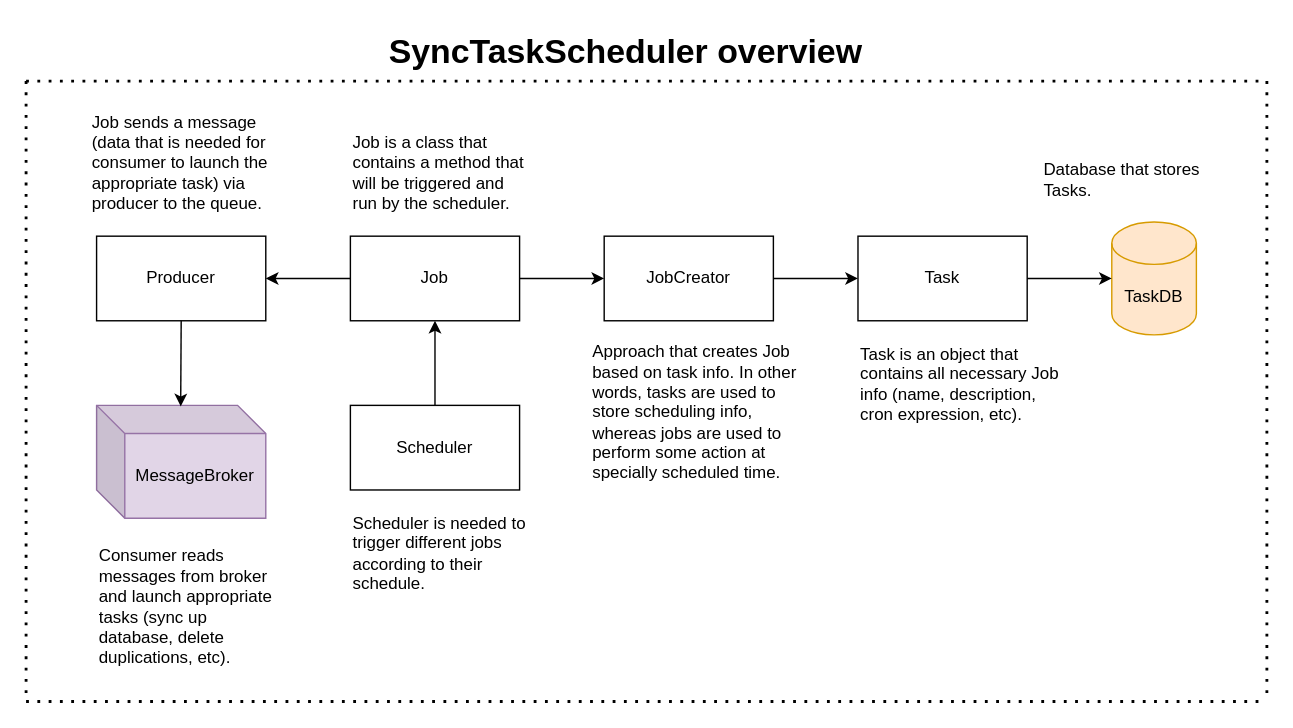
Earlier version of the draw.io diagram page "SyncTaskScheduler overview" (4 of 6) of documentation/schemes/project-schemes.drawio (Peachex/event-radar). Source tidied: cells renumbered, new cells numbered last; positions are measured from the earlier drawing's top-left corner, leaving out a move shared by most shapes. Both pictures are drawn from the tidied source at 141%, with x=0, y=0 at pixel (25, 24).
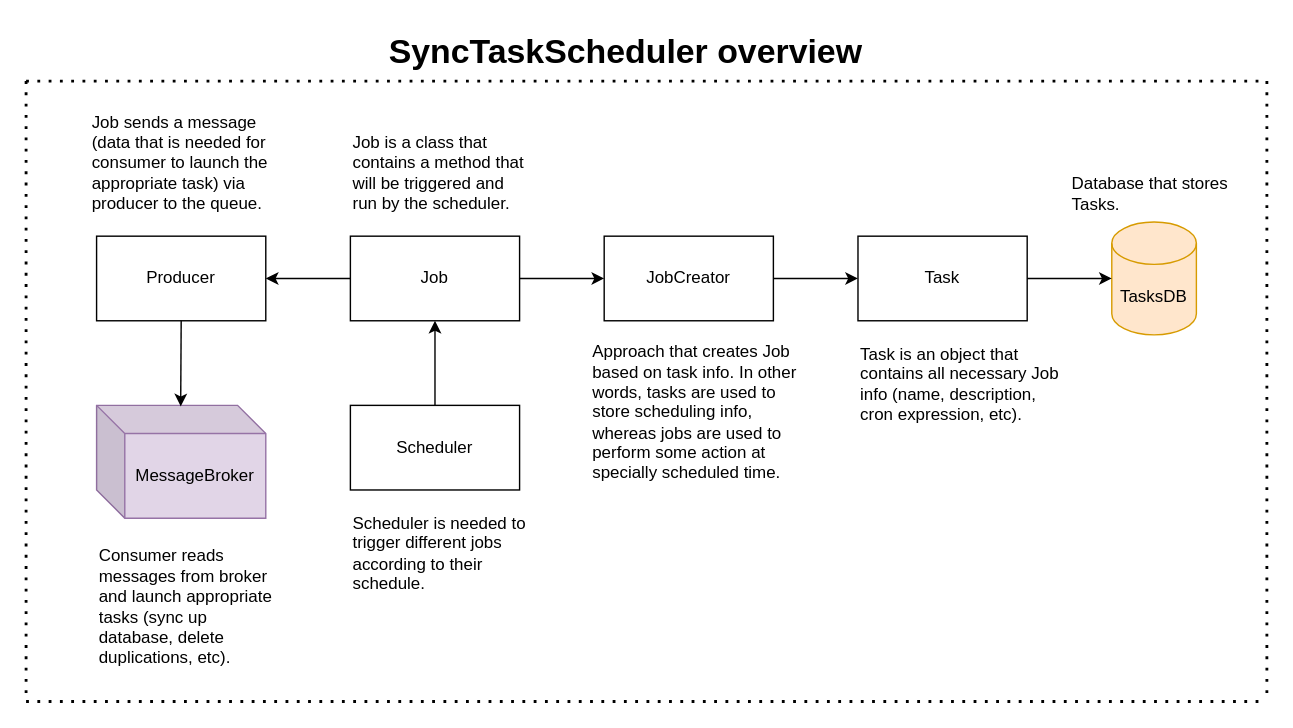
Above is the later version.

The edit, as a diff of the source:
```diff
@@
-    <mxCell id="5" value="TaskDB" style="shape=cylinder3;whiteSpace=wrap;html=1;boundedLbl=1;backgroundOutline=1;size=15;fillColor=#ffe6cc;strokeColor=#d79b00;" parent="1" vertex="1">
+    <mxCell id="5" value="TasksDB" style="shape=cylinder3;whiteSpace=wrap;html=1;boundedLbl=1;backgroundOutline=1;size=15;fillColor=#ffe6cc;strokeColor=#d79b00;" parent="1" vertex="1">
       <mxGeometry x="770" y="140" width="60" height="80" as="geometry" />
     </mxCell>
@@
     <mxCell id="18" value="Database that stores Tasks." style="text;html=1;align=left;verticalAlign=middle;whiteSpace=wrap;rounded=0;" parent="1" vertex="1">
-      <mxGeometry x="720" y="60" width="120" height="100" as="geometry" />
+      <mxGeometry x="740" y="100" width="120" height="40" as="geometry" />
     </mxCell>
```
